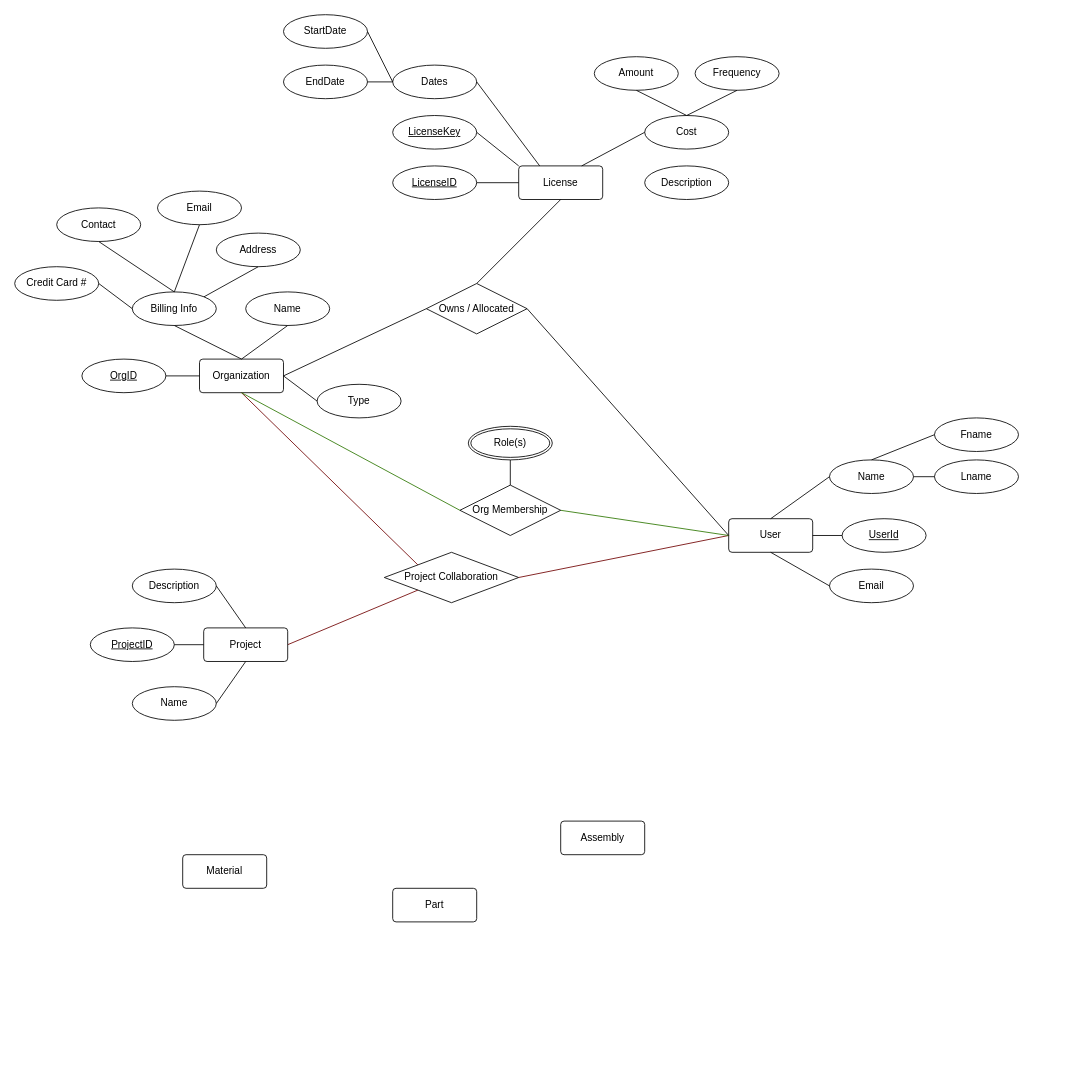
Above: DBfinal.drawio in EricOrrDev/Diagrams (draw.io), before the change. Source tidied: cells renumbered, new cells numbered last; positions are measured from the earlier drawing's top-left corner, leaving out a move shared by most shapes. Both pictures are drawn from the tidied source at 84%, with x=0, y=0 at pixel (14, 14).
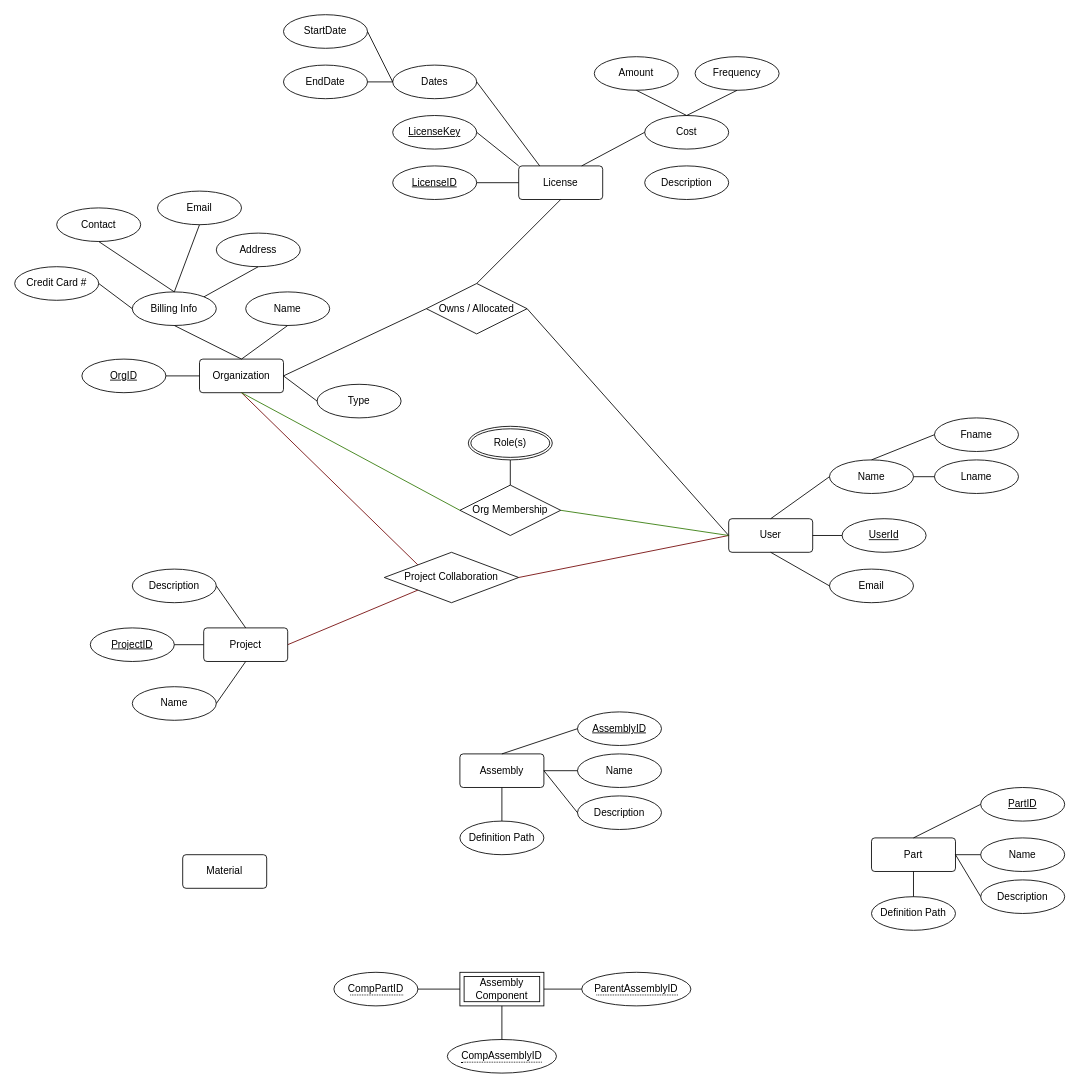
The same page after the edit.

What changed in the source:
```diff
@@
-    <mxCell id="2" value="Assembly" style="rounded=1;arcSize=10;whiteSpace=wrap;html=1;align=center;" parent="1" vertex="1">
-      <mxGeometry x="650" y="960" width="100" height="40" as="geometry" />
-    </mxCell>
-    <mxCell id="3" value="Part" style="rounded=1;arcSize=10;whiteSpace=wrap;html=1;align=center;" parent="1" vertex="1">
-      <mxGeometry x="450" y="1040" width="100" height="40" as="geometry" />
-    </mxCell>
@@
+    <mxCell id="75" style="group;" parent="1" vertex="1">
+      <mxGeometry x="530" y="830" width="240" height="170" as="geometry" />
+    </mxCell>
+    <mxCell id="2" value="Assembly" style="rounded=1;arcSize=10;whiteSpace=wrap;html=1;align=center;" parent="75" vertex="1">
+      <mxGeometry y="50" width="100" height="40" as="geometry" />
+    </mxCell>
+    <mxCell id="76" value="Name" style="ellipse;whiteSpace=wrap;html=1;align=center;" parent="75" vertex="1">
+      <mxGeometry x="140" y="50" width="100" height="40" as="geometry" />
+    </mxCell>
+    <mxCell id="77" value="Description" style="ellipse;whiteSpace=wrap;html=1;align=center;" parent="75" vertex="1">
+      <mxGeometry x="140" y="100" width="100" height="40" as="geometry" />
+    </mxCell>
+    <mxCell id="78" value="Definition Path" style="ellipse;whiteSpace=wrap;html=1;align=center;" parent="75" vertex="1">
+      <mxGeometry y="130" width="100" height="40" as="geometry" />
+    </mxCell>
+    <mxCell id="79" style="endArrow=none;html=1;rounded=0;exitX=0.5;exitY=0;exitDx=0;exitDy=0;entryX=0.5;entryY=1;entryDx=0;entryDy=0;" parent="75" edge="1" source="78" target="2">
+      <mxGeometry relative="1" as="geometry" />
+    </mxCell>
+    <mxCell id="80" style="endArrow=none;html=1;rounded=0;exitX=0;exitY=0.5;exitDx=0;exitDy=0;entryX=1;entryY=0.5;entryDx=0;entryDy=0;" parent="75" edge="1" source="76" target="2">
+      <mxGeometry relative="1" as="geometry" />
+    </mxCell>
+    <mxCell id="81" style="endArrow=none;html=1;rounded=0;exitX=0;exitY=0.5;exitDx=0;exitDy=0;entryX=1;entryY=0.5;entryDx=0;entryDy=0;" parent="75" edge="1" source="77" target="2">
+      <mxGeometry relative="1" as="geometry" />
+    </mxCell>
+    <mxCell id="82" value="AssemblyID" style="ellipse;whiteSpace=wrap;html=1;align=center;fontStyle=4;" parent="75" vertex="1">
+      <mxGeometry x="140" width="100" height="40" as="geometry" />
+    </mxCell>
+    <mxCell id="83" style="endArrow=none;html=1;rounded=0;exitX=0.5;exitY=0;exitDx=0;exitDy=0;entryX=0;entryY=0.5;entryDx=0;entryDy=0;" parent="75" edge="1" source="2" target="82">
+      <mxGeometry relative="1" as="geometry" />
+    </mxCell>
+    <mxCell id="84" style="group;" parent="1" vertex="1">
+      <mxGeometry x="1020" y="920" width="230" height="170" as="geometry" />
+    </mxCell>
+    <mxCell id="3" value="Part" style="rounded=1;arcSize=10;whiteSpace=wrap;html=1;align=center;" parent="84" vertex="1">
+      <mxGeometry y="60" width="100" height="40" as="geometry" />
+    </mxCell>
+    <mxCell id="85" value="Name" style="ellipse;whiteSpace=wrap;html=1;align=center;" parent="84" vertex="1">
+      <mxGeometry x="130" y="60" width="100" height="40" as="geometry" />
+    </mxCell>
+    <mxCell id="86" value="Description" style="ellipse;whiteSpace=wrap;html=1;align=center;" parent="84" vertex="1">
+      <mxGeometry x="130" y="110" width="100" height="40" as="geometry" />
+    </mxCell>
+    <mxCell id="87" value="Definition Path" style="ellipse;whiteSpace=wrap;html=1;align=center;" parent="84" vertex="1">
+      <mxGeometry y="130" width="100" height="40" as="geometry" />
+    </mxCell>
+    <mxCell id="88" style="endArrow=none;html=1;rounded=0;exitX=0.5;exitY=0;exitDx=0;exitDy=0;entryX=0.5;entryY=1;entryDx=0;entryDy=0;" parent="84" edge="1" source="87" target="3">
+      <mxGeometry relative="1" as="geometry" />
+    </mxCell>
+    <mxCell id="89" style="endArrow=none;html=1;rounded=0;exitX=0;exitY=0.5;exitDx=0;exitDy=0;entryX=1;entryY=0.5;entryDx=0;entryDy=0;" parent="84" edge="1" source="86" target="3">
+      <mxGeometry relative="1" as="geometry" />
+    </mxCell>
+    <mxCell id="90" style="endArrow=none;html=1;rounded=0;exitX=0;exitY=0.5;exitDx=0;exitDy=0;entryX=1;entryY=0.5;entryDx=0;entryDy=0;" parent="84" edge="1" source="85" target="3">
+      <mxGeometry relative="1" as="geometry" />
+    </mxCell>
+    <mxCell id="91" value="PartID" style="ellipse;whiteSpace=wrap;html=1;align=center;fontStyle=4;" parent="84" vertex="1">
+      <mxGeometry x="130" width="100" height="40" as="geometry" />
+    </mxCell>
+    <mxCell id="92" style="endArrow=none;html=1;rounded=0;exitX=0.5;exitY=0;exitDx=0;exitDy=0;entryX=0;entryY=0.5;entryDx=0;entryDy=0;" parent="84" edge="1" source="3" target="91">
+      <mxGeometry relative="1" as="geometry" />
+    </mxCell>
+    <mxCell id="93" value="Assembly Component" style="shape=ext;margin=3;double=1;whiteSpace=wrap;html=1;align=center;" parent="1" vertex="1">
+      <mxGeometry x="530" y="1140" width="100" height="40" as="geometry" />
+    </mxCell>
+    <mxCell id="94" value="&lt;span style=&quot;border-bottom: 1px dotted;&quot;&gt;ParentAssemblyID&lt;/span&gt;" style="ellipse;whiteSpace=wrap;html=1;align=center;" parent="1" vertex="1">
+      <mxGeometry x="675" y="1140" width="130" height="40" as="geometry" />
+    </mxCell>
+    <mxCell id="95" value="&lt;span style=&quot;border-bottom: 1px dotted;&quot;&gt;CompPartID&lt;/span&gt;" style="ellipse;whiteSpace=wrap;html=1;align=center;" parent="1" vertex="1">
+      <mxGeometry x="380" y="1140" width="100" height="40" as="geometry" />
+    </mxCell>
+    <mxCell id="96" value="&lt;span style=&quot;border-bottom: 1px dotted;&quot;&gt;CompAssemblyID&lt;/span&gt;" style="ellipse;whiteSpace=wrap;html=1;align=center;" parent="1" vertex="1">
+      <mxGeometry x="515" y="1220" width="130" height="40" as="geometry" />
+    </mxCell>
+    <mxCell id="97" style="endArrow=none;html=1;rounded=0;exitX=1;exitY=0.5;exitDx=0;exitDy=0;entryX=0;entryY=0.5;entryDx=0;entryDy=0;" parent="1" edge="1" source="95" target="93">
+      <mxGeometry relative="1" as="geometry" />
+    </mxCell>
+    <mxCell id="98" style="endArrow=none;html=1;rounded=0;exitX=0.5;exitY=0;exitDx=0;exitDy=0;entryX=0.5;entryY=1;entryDx=0;entryDy=0;" parent="1" edge="1" source="96" target="93">
+      <mxGeometry relative="1" as="geometry" />
+    </mxCell>
+    <mxCell id="99" style="endArrow=none;html=1;rounded=0;exitX=0;exitY=0.5;exitDx=0;exitDy=0;entryX=1;entryY=0.5;entryDx=0;entryDy=0;" parent="1" edge="1" source="94" target="93">
+      <mxGeometry relative="1" as="geometry" />
+    </mxCell>
```
